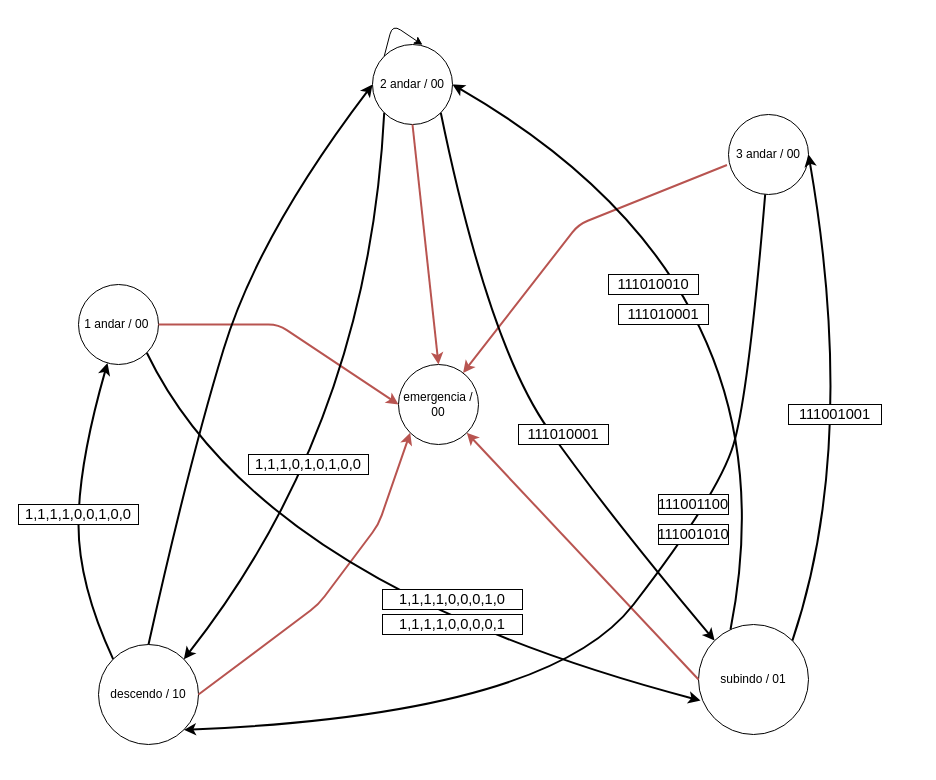
This is GB/Elevador/Elevador.drawio from davischmitz/prototipacao-digital, a draw.io file, before an edit. Source tidied: cells renumbered, new cells numbered last; positions are measured from the earlier drawing's top-left corner, leaving out a move shared by most shapes. Both pictures are drawn from the tidied source at 100%, with x=0, y=0 at pixel (18, 24).
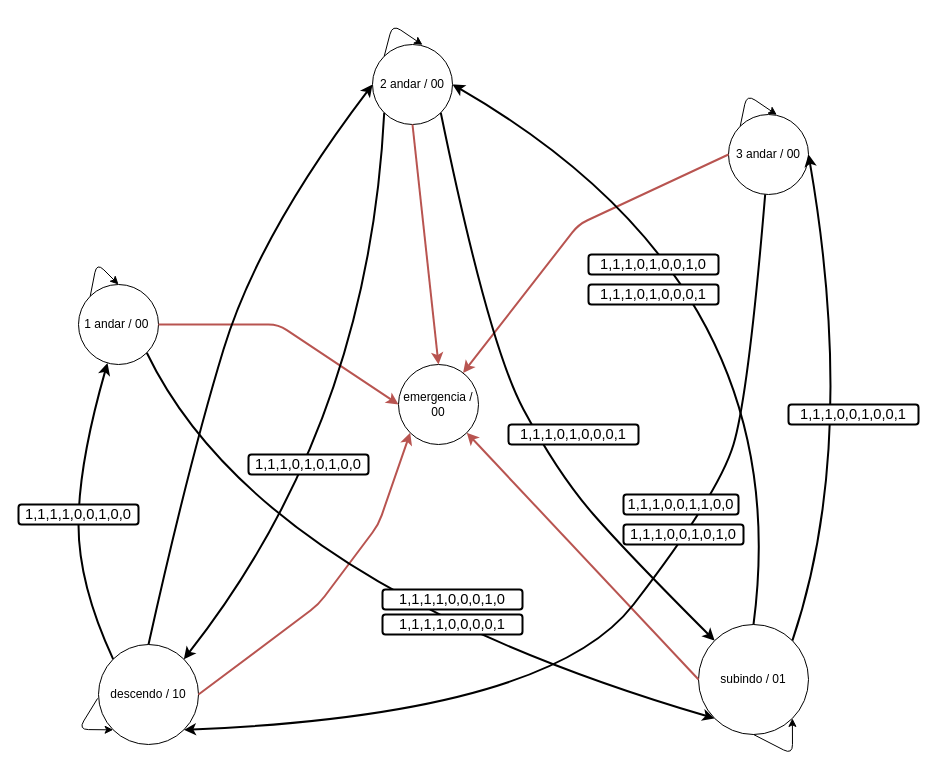
Above is the later version.

Commit message:
feat(elevador): atualizando o diagrama da fsm

Unchanged cells that the change refers to:
```xml
<mxCell id="2" value="1 andar / 00&amp;nbsp;" style="ellipse;whiteSpace=wrap;html=1;" parent="1" vertex="1">
  <mxGeometry x="60" y="260" width="80" height="80" as="geometry" />
</mxCell>
<mxCell id="3" value="2 andar / 00" style="ellipse;whiteSpace=wrap;html=1;" parent="1" vertex="1">
  <mxGeometry x="354" y="20" width="80" height="80" as="geometry" />
</mxCell>
<mxCell id="4" value="3 andar / 00" style="ellipse;whiteSpace=wrap;html=1;" parent="1" vertex="1">
  <mxGeometry x="710" y="90" width="80" height="80" as="geometry" />
</mxCell>
<mxCell id="5" value="subindo / 01" style="ellipse;whiteSpace=wrap;html=1;" parent="1" vertex="1">
  <mxGeometry x="680" y="600" width="110" height="110" as="geometry" />
</mxCell>
<mxCell id="6" value="descendo / 10" style="ellipse;whiteSpace=wrap;html=1;" parent="1" vertex="1">
  <mxGeometry x="80" y="620" width="100" height="100" as="geometry" />
</mxCell>
<mxCell id="7" value="emergencia / 00" style="ellipse;whiteSpace=wrap;html=1;" parent="1" vertex="1">
  <mxGeometry x="380" y="340" width="80" height="80" as="geometry" />
</mxCell>
```

The edit, as a diff of the source:
```diff
@@
-    <mxCell id="10" style="endArrow=classic;html=1;fillColor=#f8cecc;strokeColor=#b85450;strokeWidth=2;exitX=-0.019;exitY=0.631;exitDx=0;exitDy=0;exitPerimeter=0;" parent="1" edge="1" source="4" target="7">
+    <mxCell id="10" style="endArrow=classic;html=1;fillColor=#f8cecc;strokeColor=#b85450;strokeWidth=2;exitX=0;exitY=0.5;exitDx=0;exitDy=0;" parent="1" edge="1" source="4" target="7">
       <mxGeometry relative="1" as="geometry">
         <Array as="points">
           <mxPoint x="560" y="200" />
         </Array>
       </mxGeometry>
     </mxCell>
@@
-    <mxCell id="15" style="curved=1;endArrow=classic;html=1;strokeColor=#000000;strokeWidth=2;entryX=0.018;entryY=0.691;entryDx=0;entryDy=0;entryPerimeter=0;exitX=1;exitY=1;exitDx=0;exitDy=0;" parent="1" edge="1" source="2" target="5">
+    <mxCell id="15" style="curved=1;endArrow=classic;html=1;strokeColor=#000000;strokeWidth=2;entryX=0;entryY=1;entryDx=0;entryDy=0;exitX=1;exitY=1;exitDx=0;exitDy=0;" parent="1" edge="1" source="2" target="5">
       <mxGeometry relative="1" as="geometry">
         <Array as="points">
           <mxPoint x="240" y="560" />
         </Array>
       </mxGeometry>
     </mxCell>
@@
     <mxCell id="19" style="curved=1;endArrow=classic;html=1;strokeColor=#000000;strokeWidth=2;entryX=0;entryY=0;entryDx=0;entryDy=0;exitX=1;exitY=1;exitDx=0;exitDy=0;" parent="1" edge="1" source="3" target="5">
       <mxGeometry relative="1" as="geometry">
         <Array as="points">
           <mxPoint x="470" y="320" />
-          <mxPoint x="590" y="490" />
+          <mxPoint x="540" y="450" />
+          <mxPoint x="610" y="530" />
         </Array>
       </mxGeometry>
     </mxCell>
-    <mxCell id="20" style="curved=1;endArrow=classic;html=1;strokeWidth=2;exitX=0.291;exitY=0.045;exitDx=0;exitDy=0;exitPerimeter=0;entryX=1;entryY=0.5;entryDx=0;entryDy=0;" parent="1" edge="1" source="5" target="3">
+    <mxCell id="20" style="curved=1;endArrow=classic;html=1;strokeWidth=2;exitX=0.5;exitY=0;exitDx=0;exitDy=0;entryX=1;entryY=0.5;entryDx=0;entryDy=0;" parent="1" edge="1" source="5" target="3">
       <mxGeometry relative="1" as="geometry">
         <Array as="points">
           <mxPoint x="780" y="260" />
         </Array>
       </mxGeometry>
     </mxCell>
@@
-    <mxCell id="22" value="&lt;span id=&quot;docs-internal-guid-bbf0f4e8-7fff-1e35-a5ee-ff3e7a154e85&quot;&gt;&lt;span style=&quot;font-size: 11pt ; font-family: &amp;#34;arial&amp;#34; ; background-color: transparent ; vertical-align: baseline&quot;&gt;1,1,1,1,0,0,0,1,0&lt;/span&gt;&lt;/span&gt;" style="text;html=1;align=center;verticalAlign=middle;whiteSpace=wrap;rounded=0;shadow=0;strokeColor=#000000;glass=0;fillColor=#ffffff;" parent="1" vertex="1">
+    <mxCell id="22" value="&lt;span id=&quot;docs-internal-guid-bbf0f4e8-7fff-1e35-a5ee-ff3e7a154e85&quot;&gt;&lt;span style=&quot;font-size: 11pt ; font-family: &amp;#34;arial&amp;#34; ; background-color: transparent ; vertical-align: baseline&quot;&gt;1,1,1,1,0,0,0,1,0&lt;/span&gt;&lt;/span&gt;" style="text;html=1;align=center;verticalAlign=middle;whiteSpace=wrap;rounded=1;shadow=0;strokeColor=#000000;glass=0;fillColor=#ffffff;strokeWidth=2;" parent="1" vertex="1">
       <mxGeometry x="364" y="565" width="140" height="20" as="geometry" />
     </mxCell>
-    <mxCell id="23" value="&lt;span id=&quot;docs-internal-guid-6589a4b1-7fff-5ea1-2ef8-7b5d9af1116f&quot;&gt;&lt;span style=&quot;font-size: 11pt ; font-family: &amp;#34;arial&amp;#34; ; background-color: transparent ; vertical-align: baseline&quot;&gt;1,1,1,1,0,0,0,0,1&lt;/span&gt;&lt;/span&gt;" style="text;html=1;align=center;verticalAlign=middle;whiteSpace=wrap;rounded=0;strokeColor=#000000;fillColor=#ffffff;" parent="1" vertex="1">
+    <mxCell id="23" value="&lt;span id=&quot;docs-internal-guid-6589a4b1-7fff-5ea1-2ef8-7b5d9af1116f&quot;&gt;&lt;span style=&quot;font-size: 11pt ; font-family: &amp;#34;arial&amp;#34; ; background-color: transparent ; vertical-align: baseline&quot;&gt;1,1,1,1,0,0,0,0,1&lt;/span&gt;&lt;/span&gt;" style="text;html=1;align=center;verticalAlign=middle;whiteSpace=wrap;rounded=1;strokeColor=#000000;fillColor=#ffffff;strokeWidth=2;" parent="1" vertex="1">
       <mxGeometry x="364" y="590" width="140" height="20" as="geometry" />
     </mxCell>
-    <mxCell id="24" value="&lt;span id=&quot;docs-internal-guid-22f6198f-7fff-e776-b713-9b277268731d&quot;&gt;&lt;span style=&quot;font-size: 11pt ; font-family: &amp;#34;arial&amp;#34; ; background-color: transparent ; vertical-align: baseline&quot;&gt;111010010 &lt;/span&gt;&lt;/span&gt;" style="text;html=1;align=center;verticalAlign=middle;whiteSpace=wrap;rounded=0;shadow=0;glass=0;strokeColor=#000000;fillColor=#ffffff;" parent="1" vertex="1">
-      <mxGeometry x="590" y="250" width="90" height="20" as="geometry" />
+    <mxCell id="24" value="&lt;span id=&quot;docs-internal-guid-22f6198f-7fff-e776-b713-9b277268731d&quot;&gt;&lt;span style=&quot;font-size: 11pt ; font-family: &amp;#34;arial&amp;#34; ; background-color: transparent ; vertical-align: baseline&quot;&gt;1,1,1,0,1,0,0,1,0 &lt;/span&gt;&lt;/span&gt;" style="text;html=1;align=center;verticalAlign=middle;whiteSpace=wrap;rounded=1;shadow=0;glass=0;strokeColor=#000000;fillColor=#ffffff;strokeWidth=2;" parent="1" vertex="1">
+      <mxGeometry x="570" y="230" width="130" height="20" as="geometry" />
     </mxCell>
-    <mxCell id="25" value="&lt;span id=&quot;docs-internal-guid-ace200eb-7fff-2d70-2511-e228b79c8bc5&quot;&gt;&lt;span style=&quot;font-size: 11pt ; font-family: &amp;#34;arial&amp;#34; ; background-color: transparent ; vertical-align: baseline&quot;&gt;111010001&lt;/span&gt;&lt;/span&gt;" style="text;html=1;align=center;verticalAlign=middle;whiteSpace=wrap;rounded=0;shadow=0;glass=0;strokeColor=#000000;fillColor=#ffffff;" parent="1" vertex="1">
-      <mxGeometry x="600" y="280" width="90" height="20" as="geometry" />
+    <mxCell id="25" value="&lt;span id=&quot;docs-internal-guid-ace200eb-7fff-2d70-2511-e228b79c8bc5&quot;&gt;&lt;span style=&quot;font-size: 11pt ; font-family: &amp;#34;arial&amp;#34; ; background-color: transparent ; vertical-align: baseline&quot;&gt;1,1,1,0,1,0,0,0,1&lt;/span&gt;&lt;/span&gt;" style="text;html=1;align=center;verticalAlign=middle;whiteSpace=wrap;rounded=1;shadow=0;glass=0;strokeColor=#000000;fillColor=#ffffff;strokeWidth=2;" parent="1" vertex="1">
+      <mxGeometry x="570" y="260" width="130" height="20" as="geometry" />
     </mxCell>
-    <mxCell id="26" value="&lt;span id=&quot;docs-internal-guid-dba571e7-7fff-0a41-ba9d-065aade47dcb&quot;&gt;&lt;span style=&quot;font-size: 11pt ; font-family: &amp;#34;arial&amp;#34; ; background-color: transparent ; vertical-align: baseline&quot;&gt;111010001&lt;/span&gt;&lt;/span&gt;" style="text;html=1;align=center;verticalAlign=middle;whiteSpace=wrap;rounded=0;shadow=0;glass=0;strokeColor=#000000;fillColor=#ffffff;" parent="1" vertex="1">
-      <mxGeometry x="500" y="400" width="90" height="20" as="geometry" />
+    <mxCell id="26" value="&lt;span id=&quot;docs-internal-guid-dba571e7-7fff-0a41-ba9d-065aade47dcb&quot;&gt;&lt;span style=&quot;font-size: 11pt ; font-family: &amp;#34;arial&amp;#34; ; background-color: transparent ; vertical-align: baseline&quot;&gt;1,1,1,0,1,0,0,0,1&lt;/span&gt;&lt;/span&gt;" style="text;html=1;align=center;verticalAlign=middle;whiteSpace=wrap;rounded=1;shadow=0;glass=0;strokeColor=#000000;fillColor=#ffffff;strokeWidth=2;" parent="1" vertex="1">
+      <mxGeometry x="490" y="400" width="130" height="20" as="geometry" />
     </mxCell>
-    <mxCell id="27" value="&lt;span id=&quot;docs-internal-guid-af920bf1-7fff-59b1-4576-196e4c3b9e97&quot;&gt;&lt;span style=&quot;font-size: 11pt ; font-family: &amp;#34;arial&amp;#34; ; background-color: transparent ; vertical-align: baseline&quot;&gt;111001001&lt;/span&gt;&lt;/span&gt;" style="text;html=1;align=center;verticalAlign=middle;whiteSpace=wrap;rounded=0;shadow=0;glass=0;strokeColor=#000000;fillColor=#ffffff;" parent="1" vertex="1">
-      <mxGeometry x="770" y="380" width="93" height="20" as="geometry" />
+    <mxCell id="27" value="&lt;span id=&quot;docs-internal-guid-af920bf1-7fff-59b1-4576-196e4c3b9e97&quot;&gt;&lt;span style=&quot;font-size: 11pt ; font-family: &amp;#34;arial&amp;#34; ; background-color: transparent ; vertical-align: baseline&quot;&gt;1,1,1,0,0,1,0,0,1&lt;/span&gt;&lt;/span&gt;" style="text;html=1;align=center;verticalAlign=middle;whiteSpace=wrap;rounded=1;shadow=0;glass=0;strokeColor=#000000;fillColor=#ffffff;strokeWidth=2;" parent="1" vertex="1">
+      <mxGeometry x="770" y="380" width="130" height="20" as="geometry" />
     </mxCell>
-    <mxCell id="28" value="&lt;span id=&quot;docs-internal-guid-c035a042-7fff-0c49-afb8-e89a290ca3a1&quot;&gt;&lt;span style=&quot;font-size: 11pt ; font-family: &amp;#34;arial&amp;#34; ; background-color: transparent ; vertical-align: baseline&quot;&gt;111001100 &lt;/span&gt;&lt;/span&gt;" style="text;html=1;align=center;verticalAlign=middle;whiteSpace=wrap;rounded=0;shadow=0;glass=0;strokeColor=#000000;fillColor=#ffffff;" parent="1" vertex="1">
-      <mxGeometry x="640" y="470" width="70" height="20" as="geometry" />
+    <mxCell id="28" value="&lt;span id=&quot;docs-internal-guid-c035a042-7fff-0c49-afb8-e89a290ca3a1&quot;&gt;&lt;span style=&quot;font-size: 11pt ; font-family: &amp;#34;arial&amp;#34; ; background-color: transparent ; vertical-align: baseline&quot;&gt;1,1,1,0,0,1,1,0,0 &lt;/span&gt;&lt;/span&gt;" style="text;html=1;align=center;verticalAlign=middle;whiteSpace=wrap;rounded=1;shadow=0;glass=0;strokeColor=#000000;fillColor=#ffffff;strokeWidth=2;" parent="1" vertex="1">
+      <mxGeometry x="605" y="470" width="115" height="20" as="geometry" />
     </mxCell>
-    <mxCell id="29" value="&lt;span id=&quot;docs-internal-guid-0a450c5b-7fff-b23b-1960-abfe635e3b5a&quot;&gt;&lt;span style=&quot;font-size: 11pt ; font-family: &amp;#34;arial&amp;#34; ; background-color: transparent ; vertical-align: baseline&quot;&gt;111001010&lt;/span&gt;&lt;/span&gt;" style="text;html=1;align=center;verticalAlign=middle;whiteSpace=wrap;rounded=0;shadow=0;glass=0;strokeColor=#000000;fillColor=#ffffff;" parent="1" vertex="1">
-      <mxGeometry x="640" y="500" width="70" height="20" as="geometry" />
+    <mxCell id="29" value="&lt;span id=&quot;docs-internal-guid-0a450c5b-7fff-b23b-1960-abfe635e3b5a&quot;&gt;&lt;span style=&quot;font-size: 11pt ; font-family: &amp;#34;arial&amp;#34; ; background-color: transparent ; vertical-align: baseline&quot;&gt;1,1,1,0,0,1,0,1,0&lt;/span&gt;&lt;/span&gt;" style="text;html=1;align=center;verticalAlign=middle;whiteSpace=wrap;rounded=1;shadow=0;glass=0;strokeColor=#000000;fillColor=#ffffff;strokeWidth=2;" parent="1" vertex="1">
+      <mxGeometry x="605" y="500" width="120" height="20" as="geometry" />
     </mxCell>
-    <mxCell id="30" value="&lt;span id=&quot;docs-internal-guid-e81d2fcb-7fff-33a9-42db-fe3db5209c5e&quot;&gt;&lt;span style=&quot;font-size: 11pt ; font-family: &amp;#34;arial&amp;#34; ; background-color: transparent ; vertical-align: baseline&quot;&gt;1,1,1,0,1,0,1,0,0&lt;/span&gt;&lt;/span&gt;" style="text;html=1;align=center;verticalAlign=middle;whiteSpace=wrap;rounded=0;shadow=0;glass=0;strokeColor=#000000;fillColor=#ffffff;" parent="1" vertex="1">
+    <mxCell id="30" value="&lt;span id=&quot;docs-internal-guid-e81d2fcb-7fff-33a9-42db-fe3db5209c5e&quot;&gt;&lt;span style=&quot;font-size: 11pt ; font-family: &amp;#34;arial&amp;#34; ; background-color: transparent ; vertical-align: baseline&quot;&gt;1,1,1,0,1,0,1,0,0&lt;/span&gt;&lt;/span&gt;" style="text;html=1;align=center;verticalAlign=middle;whiteSpace=wrap;rounded=1;shadow=0;glass=0;strokeColor=#000000;fillColor=#ffffff;strokeWidth=2;" parent="1" vertex="1">
       <mxGeometry x="230" y="430" width="120" height="20" as="geometry" />
     </mxCell>
-    <mxCell id="31" value="&lt;span id=&quot;docs-internal-guid-e2418df5-7fff-e7c6-6563-67e01c6ffb01&quot;&gt;&lt;span style=&quot;font-size: 11pt ; font-family: &amp;#34;arial&amp;#34; ; background-color: transparent ; vertical-align: baseline&quot;&gt;1,1,1,1,0,0,1,0,0&lt;/span&gt;&lt;/span&gt;" style="text;html=1;align=center;verticalAlign=middle;whiteSpace=wrap;rounded=0;shadow=0;glass=0;strokeColor=#000000;fillColor=#ffffff;" parent="1" vertex="1">
+    <mxCell id="31" value="&lt;span id=&quot;docs-internal-guid-e2418df5-7fff-e7c6-6563-67e01c6ffb01&quot;&gt;&lt;span style=&quot;font-size: 11pt ; font-family: &amp;#34;arial&amp;#34; ; background-color: transparent ; vertical-align: baseline&quot;&gt;1,1,1,1,0,0,1,0,0&lt;/span&gt;&lt;/span&gt;" style="text;html=1;align=center;verticalAlign=middle;whiteSpace=wrap;rounded=1;shadow=0;glass=0;strokeColor=#000000;fillColor=#ffffff;strokeWidth=2;" parent="1" vertex="1">
       <mxGeometry y="480" width="120" height="20" as="geometry" />
     </mxCell>
+    <mxCell id="32" style="endArrow=classic;html=1;entryX=0.625;entryY=0.004;entryDx=0;entryDy=0;entryPerimeter=0;exitX=0;exitY=0;exitDx=0;exitDy=0;" parent="1" edge="1" source="4">
+      <mxGeometry relative="1" as="geometry">
+        <mxPoint x="758.3" y="90.3" as="targetPoint" />
+        <Array as="points">
+          <mxPoint x="728.3" y="70" />
+        </Array>
+      </mxGeometry>
+    </mxCell>
+    <mxCell id="33" style="endArrow=classic;html=1;entryX=0.5;entryY=0;entryDx=0;entryDy=0;exitX=0;exitY=0;exitDx=0;exitDy=0;" parent="1" edge="1" source="2" target="2">
+      <mxGeometry relative="1" as="geometry">
+        <Array as="points">
+          <mxPoint x="78.3" y="238.3" />
+        </Array>
+      </mxGeometry>
+    </mxCell>
+    <mxCell id="34" style="endArrow=classic;html=1;exitX=-0.009;exitY=0.539;exitDx=0;exitDy=0;entryX=0;entryY=1;entryDx=0;entryDy=0;exitPerimeter=0;" parent="1" edge="1" source="6" target="6">
+      <mxGeometry relative="1" as="geometry">
+        <Array as="points">
+          <mxPoint x="60" y="705" />
+        </Array>
+      </mxGeometry>
+    </mxCell>
+    <mxCell id="35" style="endArrow=classic;html=1;exitX=0.5;exitY=1;exitDx=0;exitDy=0;entryX=1;entryY=1;entryDx=0;entryDy=0;" parent="1" edge="1" source="5" target="5">
+      <mxGeometry relative="1" as="geometry">
+        <Array as="points">
+          <mxPoint x="774" y="730" />
+        </Array>
+      </mxGeometry>
+    </mxCell>
```
